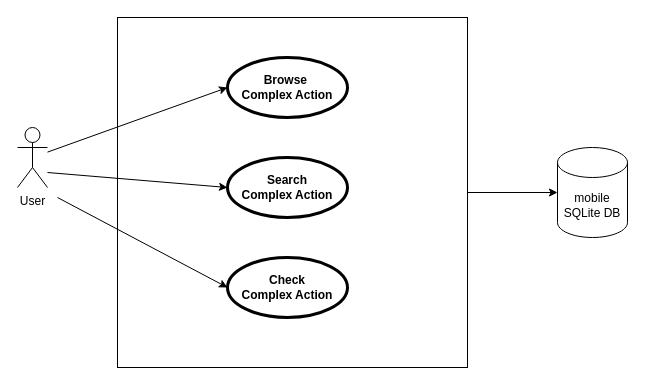
Earlier version of the draw.io diagram doc/UseCase.drawio (Djelloul-Briksi/Portfolio-Software-Engineering). Source tidied: cells renumbered, new cells numbered last; positions are measured from the earlier drawing's top-left corner, leaving out a move shared by most shapes. Both pictures are drawn from the tidied source at 100%, with x=0, y=0 at pixel (17, 17).
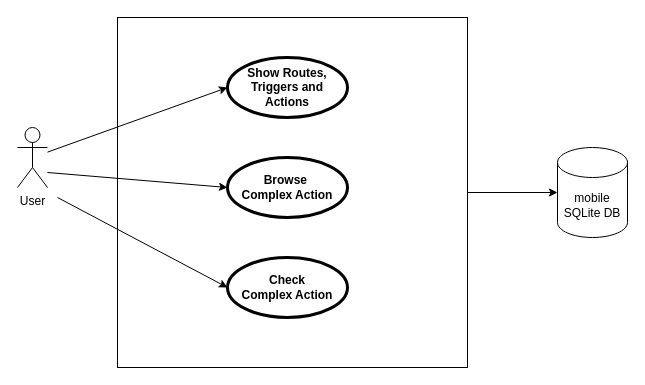
Above is the later version.

Diff of the diagram source:
```diff
@@
 <mxGraphModel>
   <root>
     <mxCell id="0" />
     <mxCell id="1" parent="0" />
     <mxCell id="2" style="whiteSpace=wrap;html=1;" parent="1" vertex="1">
       <mxGeometry x="100" width="350" height="350" as="geometry" />
     </mxCell>
     <mxCell id="3" style="rounded=0;jettySize=auto;html=1;entryX=0;entryY=0.5;entryDx=0;entryDy=0;" parent="1" edge="1" source="4" target="5">
       <mxGeometry relative="1" as="geometry" />
     </mxCell>
     <mxCell id="4" value="User" style="shape=umlActor;html=1;verticalLabelPosition=bottom;verticalAlign=top;align=center;" parent="1" vertex="1">
       <mxGeometry y="110" width="30" height="60" as="geometry" />
     </mxCell>
-    <mxCell id="5" value="Browse&amp;nbsp;&lt;div&gt;Complex Action&lt;/div&gt;" style="shape=ellipse;html=1;strokeWidth=3;fontStyle=1;whiteSpace=wrap;align=center;perimeter=ellipsePerimeter;" parent="1" vertex="1">
+    <mxCell id="5" value="Show Routes, Triggers and Actions" style="shape=ellipse;html=1;strokeWidth=3;fontStyle=1;whiteSpace=wrap;align=center;perimeter=ellipsePerimeter;" parent="1" vertex="1">
       <mxGeometry x="210" y="40" width="120" height="60" as="geometry" />
     </mxCell>
-    <mxCell id="6" value="Search&lt;div&gt;Complex Action&lt;/div&gt;" style="shape=ellipse;html=1;strokeWidth=3;fontStyle=1;whiteSpace=wrap;align=center;perimeter=ellipsePerimeter;" parent="1" vertex="1">
+    <mxCell id="6" value="Browse&amp;nbsp;&lt;div&gt;Complex Action&lt;/div&gt;" style="shape=ellipse;html=1;strokeWidth=3;fontStyle=1;whiteSpace=wrap;align=center;perimeter=ellipsePerimeter;" parent="1" vertex="1">
       <mxGeometry x="210" y="140" width="120" height="60" as="geometry" />
     </mxCell>
     <mxCell id="7" value="Check&lt;div&gt;Complex Action&lt;/div&gt;" style="shape=ellipse;html=1;strokeWidth=3;fontStyle=1;whiteSpace=wrap;align=center;perimeter=ellipsePerimeter;" parent="1" vertex="1">
       <mxGeometry x="210" y="240" width="120" height="60" as="geometry" />
     </mxCell>
     <mxCell id="8" style="rounded=0;jettySize=auto;html=1;entryX=0;entryY=0.5;entryDx=0;entryDy=0;" parent="1" edge="1" target="6">
       <mxGeometry relative="1" as="geometry">
         <mxPoint x="30" y="155" as="sourcePoint" />
       </mxGeometry>
     </mxCell>
     <mxCell id="9" style="rounded=0;jettySize=auto;html=1;entryX=0;entryY=0.5;entryDx=0;entryDy=0;" parent="1" edge="1" target="7">
       <mxGeometry relative="1" as="geometry">
         <mxPoint x="40" y="180" as="sourcePoint" />
       </mxGeometry>
     </mxCell>
     <mxCell id="10" value="mobile SQLite DB" style="shape=cylinder3;whiteSpace=wrap;html=1;boundedLbl=1;backgroundOutline=1;size=15;" parent="1" vertex="1">
       <mxGeometry x="540" y="130" width="70" height="90" as="geometry" />
     </mxCell>
     <mxCell id="11" style="edgeStyle=orthogonalEdgeStyle;rounded=0;jettySize=auto;html=1;exitX=1;exitY=0.5;exitDx=0;exitDy=0;entryX=0;entryY=0.5;entryDx=0;entryDy=0;entryPerimeter=0;" parent="1" edge="1" source="2" target="10">
       <mxGeometry relative="1" as="geometry" />
     </mxCell>
   </root>
 </mxGraphModel>
```
